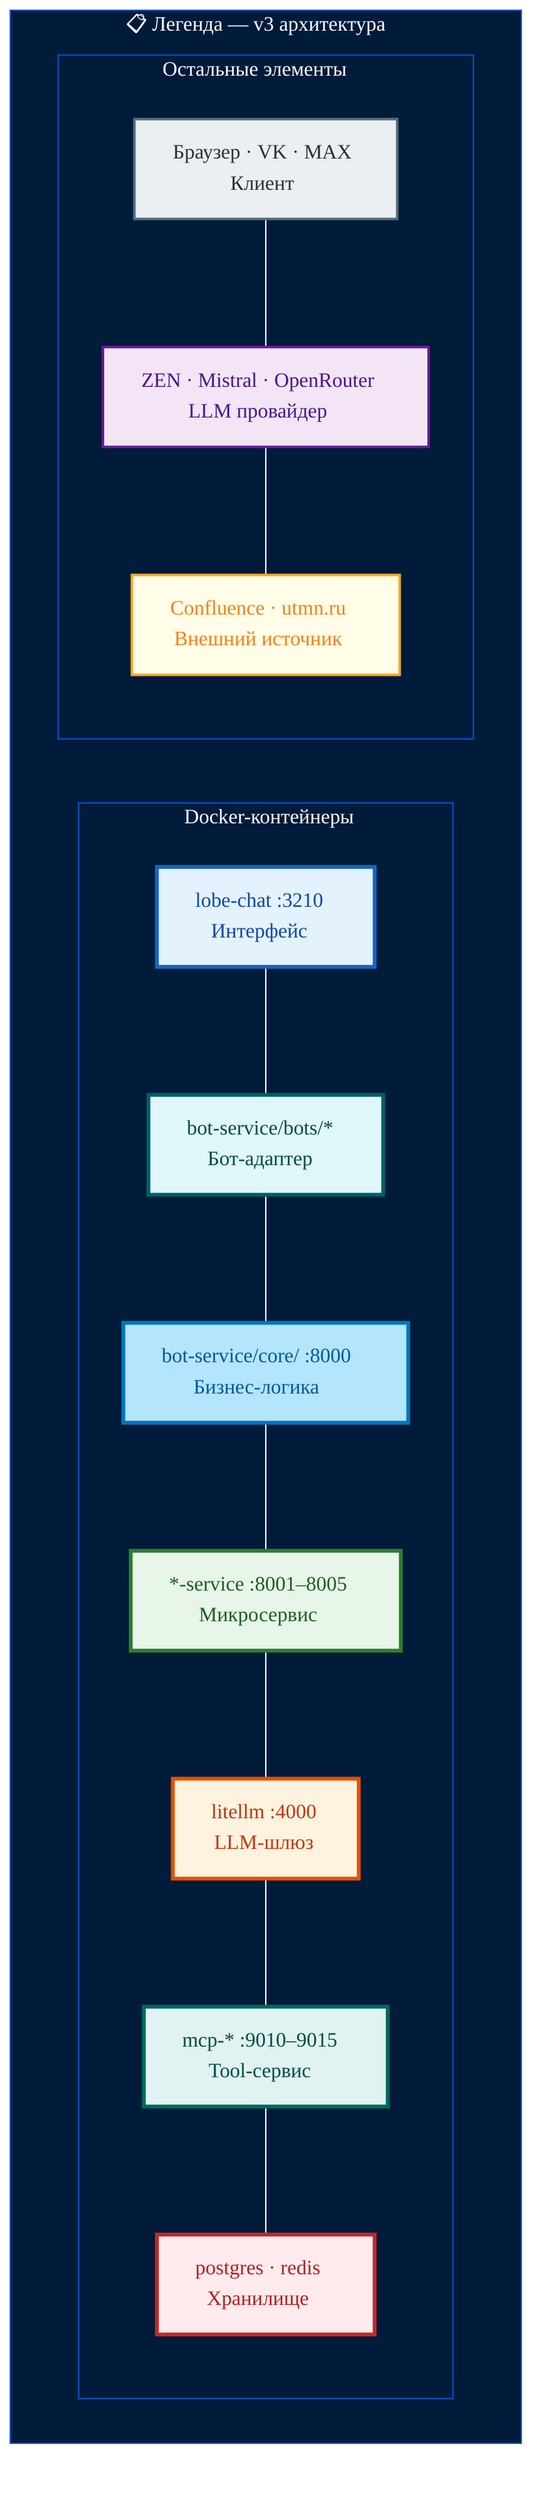
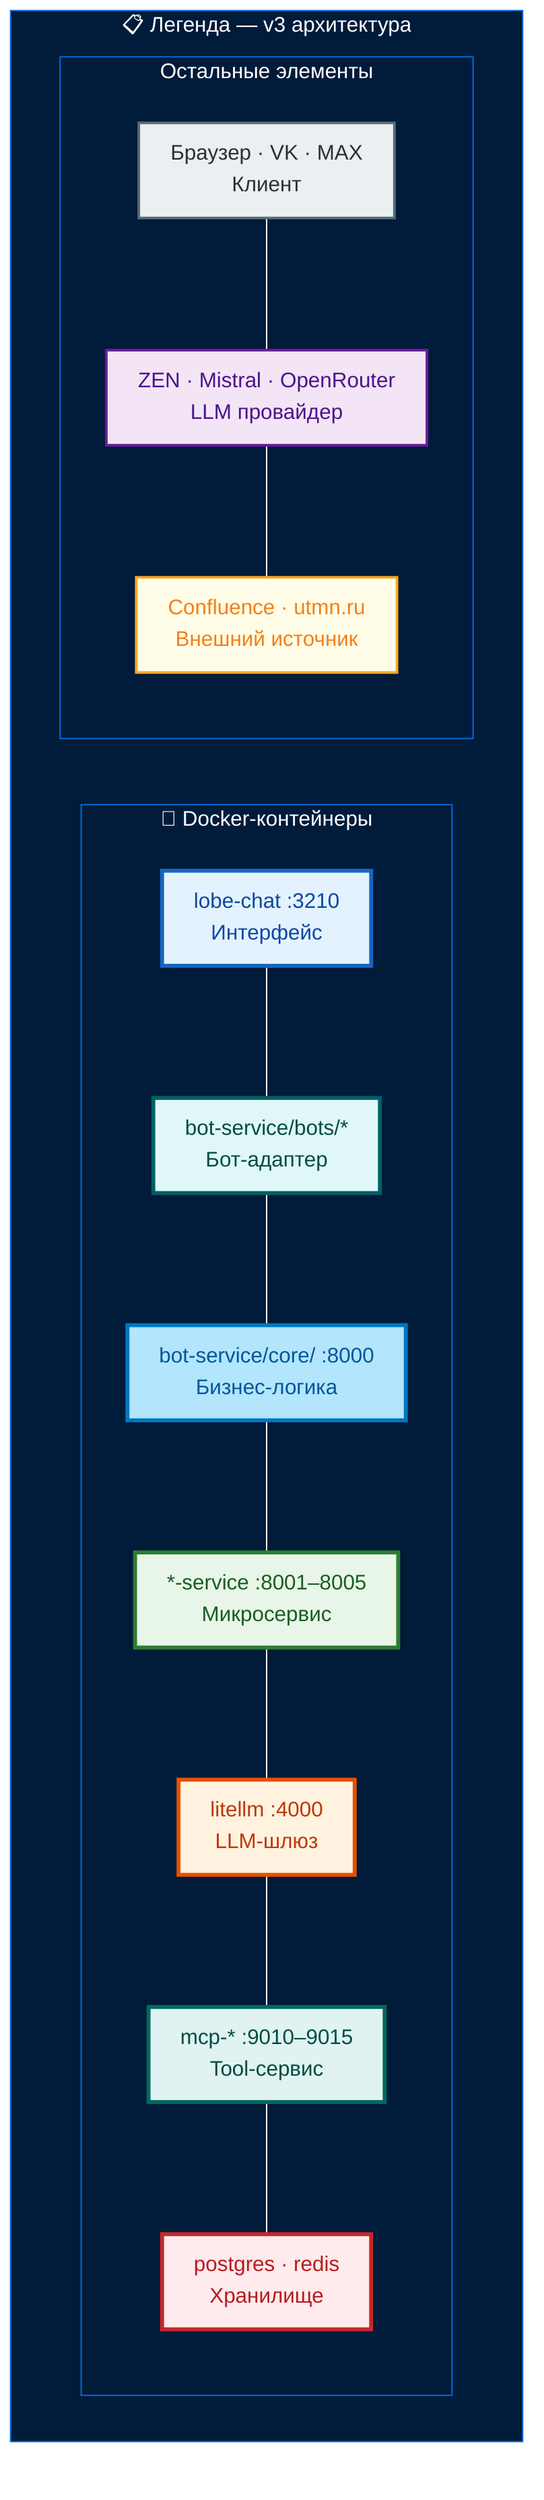
%%{
  init: {
    'theme': 'base',
    'themeVariables': {
      'background': '#011B3A',
-       'primaryColor': '#032B50',
-       'primaryTextColor': '#FFFFFF',
-       'primaryBorderColor': '#046CE0',
+       'primaryColor': '#E8EAF6',
+       'primaryTextColor': '#1A237E',
+       'primaryBorderColor': '#3F51B5',
      'lineColor': '#FFFFFF',
-       'secondaryColor': '#021E39',
-       'tertiaryColor': '#021E39',
+       'secondaryColor': '#FFF8E1',
+       'tertiaryColor': '#E8F5E9',
      'clusterBkg': '#011B3A',
-       'clusterBorder': '#0357D2',
-       'nodeBorder': '#046CE0',
-       'nodeTextColor': '#FFFFFF',
-       'titleColor': '#FFFFFF',
-       'fontFamily': 'Aptos, sans-serif'
+       'clusterBorder': '#046CE0',
+       'clusterTextColor': '#FFFFFF',
+       'nodeBorder': '#3F51B5',
+       'nodeTextColor': '#1A237E',
+       'edgeLabelBackground': '#032B50',
+       'edgeLabelColor': '#FFFFFF',
+       'titleColor': '#FFFFFF'
    },
    'flowchart': {
      'htmlLabels': true,
-       'curve': 'basis'
+       'curve': 'basis',
+       'padding': 12
    }
  }
}%%

flowchart TB

  classDef interface fill:#E3F2FD,stroke:#1565C0,stroke-width:3px,color:#0D47A1
  classDef adapt fill:#E0F7FA,stroke:#006064,stroke-width:3px,color:#004D40
  classDef core fill:#B3E5FC,stroke:#0277BD,stroke-width:3px,color:#01579B
  classDef ms fill:#E8F5E9,stroke:#2E7D32,stroke-width:3px,color:#1B5E20
  classDef gateway fill:#FFF3E0,stroke:#E65100,stroke-width:3px,color:#BF360C
  classDef storage fill:#FFEBEE,stroke:#C62828,stroke-width:3px,color:#B71C1C
  classDef tool fill:#E0F2F1,stroke:#00695C,stroke-width:3px,color:#004D40
  classDef client fill:#ECEFF1,stroke:#546E7A,stroke-width:2px,color:#263238
  classDef provider fill:#F3E5F5,stroke:#6A1B9A,stroke-width:2px,color:#4A148C
  classDef external fill:#FFFDE7,stroke:#F9A825,stroke-width:2px,color:#F57F17

  subgraph Legend["📋 Легенда — v3 архитектура"]

    subgraph Docker["🐳 Docker-контейнеры"]
      L1["lobe-chat :3210<br/>Интерфейс"]:::interface
      L2["bot-service/bots/*<br/>Бот-адаптер"]:::adapt
      L3["bot-service/core/ :8000<br/>Бизнес-логика"]:::core
      L4["*-service :8001–8005<br/>Микросервис"]:::ms
      L5["litellm :4000<br/>LLM-шлюз"]:::gateway
      L6["mcp-* :9010–9015<br/>Tool-сервис"]:::tool
      L7["postgres · redis<br/>Хранилище"]:::storage
      L1 --- L2
      L2 --- L3
      L3 --- L4
      L4 --- L5
      L5 --- L6
      L6 --- L7
    end

    subgraph Other["Остальные элементы"]
      L8["Браузер · VK · MAX<br/>Клиент"]:::client
      L9["ZEN · Mistral · OpenRouter<br/>LLM провайдер"]:::provider
      L10["Confluence · utmn.ru<br/>Внешний источник"]:::external
      L8 --- L9
      L9 --- L10
    end

  end
